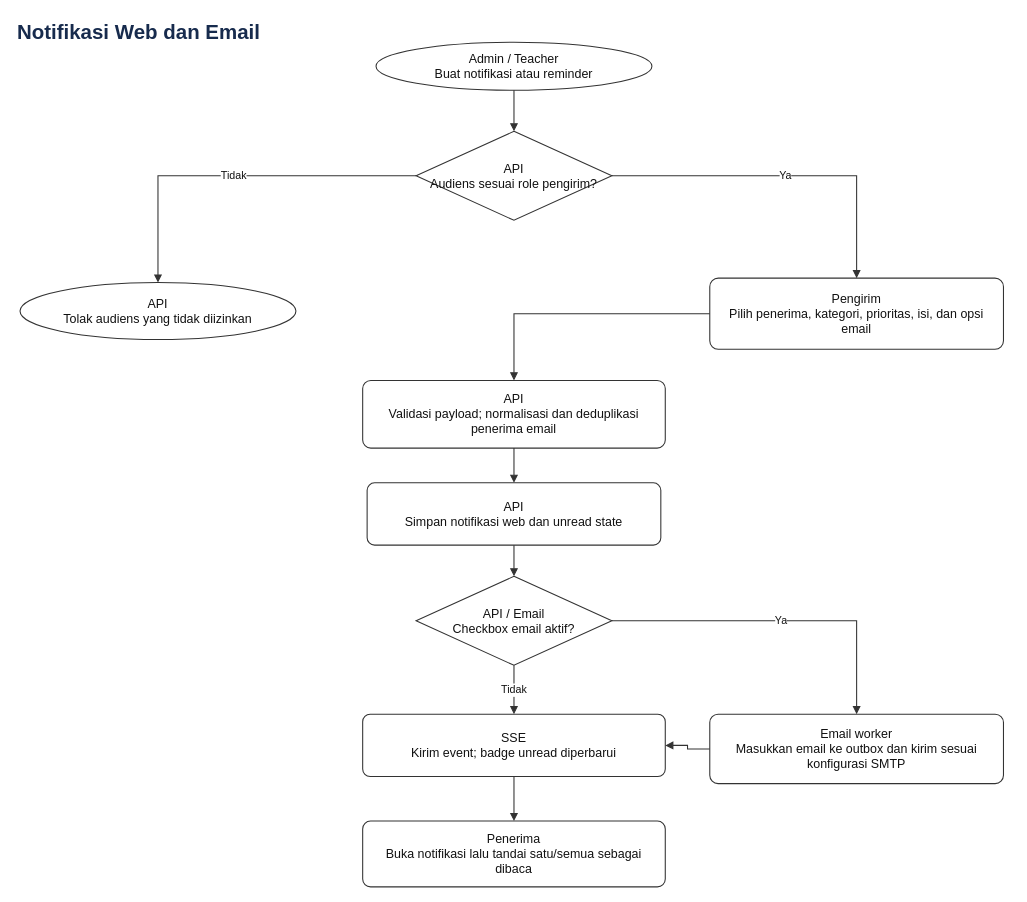
Earlier version of the draw.io diagram docs/diagrams/10-notifications-email.drawio (ammarmfirdaus-hue/DENSO-LMS). Source tidied: cells renumbered, new cells numbered last; positions are measured from the earlier drawing's top-left corner, leaving out a move shared by most shapes. Both pictures are drawn from the tidied source at 89%, with x=0, y=0 at pixel (15, 15).
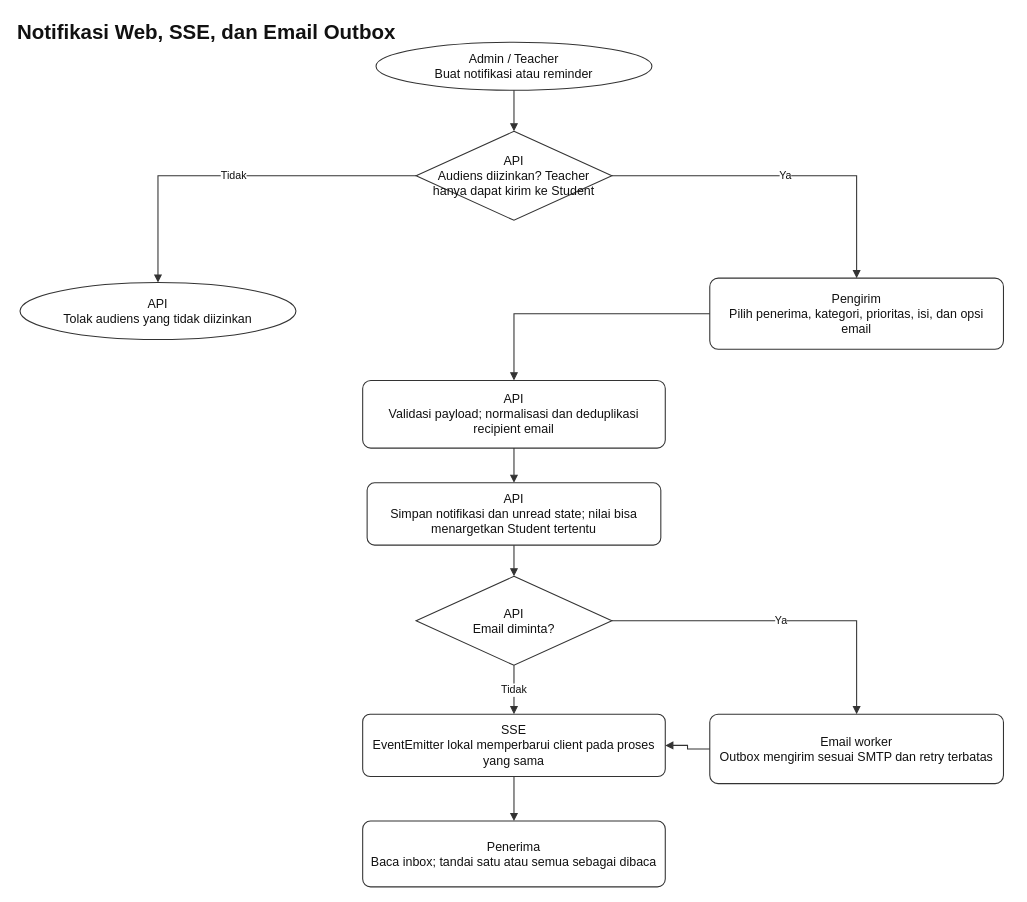
After the change.

What changed in the source:
```diff
@@
-    <mxCell id="2" value="Notifikasi Web dan Email" style="text;html=1;align=left;verticalAlign=middle;whiteSpace=wrap;rounded=0;strokeColor=none;fillColor=none;fontSize=23;fontStyle=1;fontColor=#172b4d;" parent="1" vertex="1">
+    <mxCell id="2" value="Notifikasi Web, SSE, dan Email Outbox" style="text;html=1;align=left;verticalAlign=middle;whiteSpace=wrap;rounded=0;strokeColor=none;fillColor=none;fontSize=23;fontStyle=1;fontColor=#111111;" parent="1" vertex="1">
       <mxGeometry width="1120" height="38" as="geometry" />
     </mxCell>
-    <mxCell id="3" value="Admin / Teacher&#10;Buat notifikasi atau reminder" style="shape=ellipse;whiteSpace=wrap;html=1;align=center;verticalAlign=middle;strokeColor=#333333;strokeWidth=1.2;fillColor=#ffffff;fontColor=#111111;fontSize=14;spacing=8;shadow=0;" parent="1" vertex="1">
+    <mxCell id="3" value="Admin / Teacher&lt;br&gt;Buat notifikasi atau reminder" style="shape=ellipse;whiteSpace=wrap;html=1;align=center;verticalAlign=middle;strokeColor=#333333;strokeWidth=1.2;fillColor=#ffffff;fontColor=#111111;fontSize=14;spacing=8;shadow=0;" parent="1" vertex="1">
       <mxGeometry x="405" y="30" width="310" height="54" as="geometry" />
     </mxCell>
-    <mxCell id="4" value="API&#10;Audiens sesuai role pengirim?" style="shape=rhombus;whiteSpace=wrap;html=1;align=center;verticalAlign=middle;strokeColor=#333333;strokeWidth=1.2;fillColor=#ffffff;fontColor=#111111;fontSize=14;spacing=8;shadow=0;" parent="1" vertex="1">
+    <mxCell id="4" value="API&lt;br&gt;Audiens diizinkan? Teacher hanya dapat kirim ke Student" style="shape=rhombus;whiteSpace=wrap;html=1;align=center;verticalAlign=middle;strokeColor=#333333;strokeWidth=1.2;fillColor=#ffffff;fontColor=#111111;fontSize=14;spacing=8;shadow=0;" parent="1" vertex="1">
       <mxGeometry x="450" y="130" width="220" height="100" as="geometry" />
     </mxCell>
-    <mxCell id="5" value="API&#10;Tolak audiens yang tidak diizinkan" style="shape=ellipse;whiteSpace=wrap;html=1;align=center;verticalAlign=middle;strokeColor=#333333;strokeWidth=1.2;fillColor=#ffffff;fontColor=#111111;fontSize=14;spacing=8;shadow=0;" parent="1" vertex="1">
+    <mxCell id="5" value="API&lt;br&gt;Tolak audiens yang tidak diizinkan" style="shape=ellipse;whiteSpace=wrap;html=1;align=center;verticalAlign=middle;strokeColor=#333333;strokeWidth=1.2;fillColor=#ffffff;fontColor=#111111;fontSize=14;spacing=8;shadow=0;" parent="1" vertex="1">
       <mxGeometry x="5" y="300" width="310" height="64" as="geometry" />
     </mxCell>
-    <mxCell id="6" value="Pengirim&#10;Pilih penerima, kategori, prioritas, isi, dan opsi email" style="rounded=1;arcSize=12;whiteSpace=wrap;html=1;align=center;verticalAlign=middle;strokeColor=#333333;strokeWidth=1.2;fillColor=#ffffff;fontColor=#111111;fontSize=14;spacing=8;shadow=0;" parent="1" vertex="1">
+    <mxCell id="6" value="Pengirim&lt;br&gt;Pilih penerima, kategori, prioritas, isi, dan opsi email" style="rounded=1;arcSize=12;whiteSpace=wrap;html=1;align=center;verticalAlign=middle;strokeColor=#333333;strokeWidth=1.2;fillColor=#ffffff;fontColor=#111111;fontSize=14;spacing=8;shadow=0;" parent="1" vertex="1">
       <mxGeometry x="780" y="295" width="330" height="80" as="geometry" />
     </mxCell>
-    <mxCell id="7" value="API&#10;Validasi payload; normalisasi dan deduplikasi penerima email" style="rounded=1;arcSize=12;whiteSpace=wrap;html=1;align=center;verticalAlign=middle;strokeColor=#333333;strokeWidth=1.2;fillColor=#ffffff;fontColor=#111111;fontSize=14;spacing=8;shadow=0;" parent="1" vertex="1">
+    <mxCell id="7" value="API&lt;br&gt;Validasi payload; normalisasi dan deduplikasi recipient email" style="rounded=1;arcSize=12;whiteSpace=wrap;html=1;align=center;verticalAlign=middle;strokeColor=#333333;strokeWidth=1.2;fillColor=#ffffff;fontColor=#111111;fontSize=14;spacing=8;shadow=0;" parent="1" vertex="1">
       <mxGeometry x="390" y="410" width="340" height="76" as="geometry" />
     </mxCell>
-    <mxCell id="8" value="API&#10;Simpan notifikasi web dan unread state" style="rounded=1;arcSize=12;whiteSpace=wrap;html=1;align=center;verticalAlign=middle;strokeColor=#333333;strokeWidth=1.2;fillColor=#ffffff;fontColor=#111111;fontSize=14;spacing=8;shadow=0;" parent="1" vertex="1">
+    <mxCell id="8" value="API&lt;br&gt;Simpan notifikasi dan unread state; nilai bisa menargetkan Student tertentu" style="rounded=1;arcSize=12;whiteSpace=wrap;html=1;align=center;verticalAlign=middle;strokeColor=#333333;strokeWidth=1.2;fillColor=#ffffff;fontColor=#111111;fontSize=14;spacing=8;shadow=0;" parent="1" vertex="1">
       <mxGeometry x="395" y="525" width="330" height="70" as="geometry" />
     </mxCell>
-    <mxCell id="9" value="API / Email&#10;Checkbox email aktif?" style="shape=rhombus;whiteSpace=wrap;html=1;align=center;verticalAlign=middle;strokeColor=#333333;strokeWidth=1.2;fillColor=#ffffff;fontColor=#111111;fontSize=14;spacing=8;shadow=0;" parent="1" vertex="1">
+    <mxCell id="9" value="API&lt;br&gt;Email diminta?" style="shape=rhombus;whiteSpace=wrap;html=1;align=center;verticalAlign=middle;strokeColor=#333333;strokeWidth=1.2;fillColor=#ffffff;fontColor=#111111;fontSize=14;spacing=8;shadow=0;" parent="1" vertex="1">
       <mxGeometry x="450" y="630" width="220" height="100" as="geometry" />
     </mxCell>
-    <mxCell id="10" value="Email worker&#10;Masukkan email ke outbox dan kirim sesuai konfigurasi SMTP" style="rounded=1;arcSize=12;whiteSpace=wrap;html=1;align=center;verticalAlign=middle;strokeColor=#333333;strokeWidth=1.2;fillColor=#ffffff;fontColor=#111111;fontSize=14;spacing=8;shadow=0;" parent="1" vertex="1">
+    <mxCell id="10" value="Email worker&lt;br&gt;Outbox mengirim sesuai SMTP dan retry terbatas" style="rounded=1;arcSize=12;whiteSpace=wrap;html=1;align=center;verticalAlign=middle;strokeColor=#333333;strokeWidth=1.2;fillColor=#ffffff;fontColor=#111111;fontSize=14;spacing=8;shadow=0;" parent="1" vertex="1">
       <mxGeometry x="780" y="785" width="330" height="78" as="geometry" />
     </mxCell>
-    <mxCell id="11" value="SSE&#10;Kirim event; badge unread diperbarui" style="rounded=1;arcSize=12;whiteSpace=wrap;html=1;align=center;verticalAlign=middle;strokeColor=#333333;strokeWidth=1.2;fillColor=#ffffff;fontColor=#111111;fontSize=14;spacing=8;shadow=0;" parent="1" vertex="1">
+    <mxCell id="11" value="SSE&lt;br&gt;EventEmitter lokal memperbarui client pada proses yang sama" style="rounded=1;arcSize=12;whiteSpace=wrap;html=1;align=center;verticalAlign=middle;strokeColor=#333333;strokeWidth=1.2;fillColor=#ffffff;fontColor=#111111;fontSize=14;spacing=8;shadow=0;" parent="1" vertex="1">
       <mxGeometry x="390" y="785" width="340" height="70" as="geometry" />
     </mxCell>
-    <mxCell id="12" value="Penerima&#10;Buka notifikasi lalu tandai satu/semua sebagai dibaca" style="rounded=1;arcSize=12;whiteSpace=wrap;html=1;align=center;verticalAlign=middle;strokeColor=#333333;strokeWidth=1.2;fillColor=#ffffff;fontColor=#111111;fontSize=14;spacing=8;shadow=0;" parent="1" vertex="1">
+    <mxCell id="12" value="Penerima&lt;br&gt;Baca inbox; tandai satu atau semua sebagai dibaca" style="rounded=1;arcSize=12;whiteSpace=wrap;html=1;align=center;verticalAlign=middle;strokeColor=#333333;strokeWidth=1.2;fillColor=#ffffff;fontColor=#111111;fontSize=14;spacing=8;shadow=0;" parent="1" vertex="1">
       <mxGeometry x="390" y="905" width="340" height="74" as="geometry" />
     </mxCell>
```
